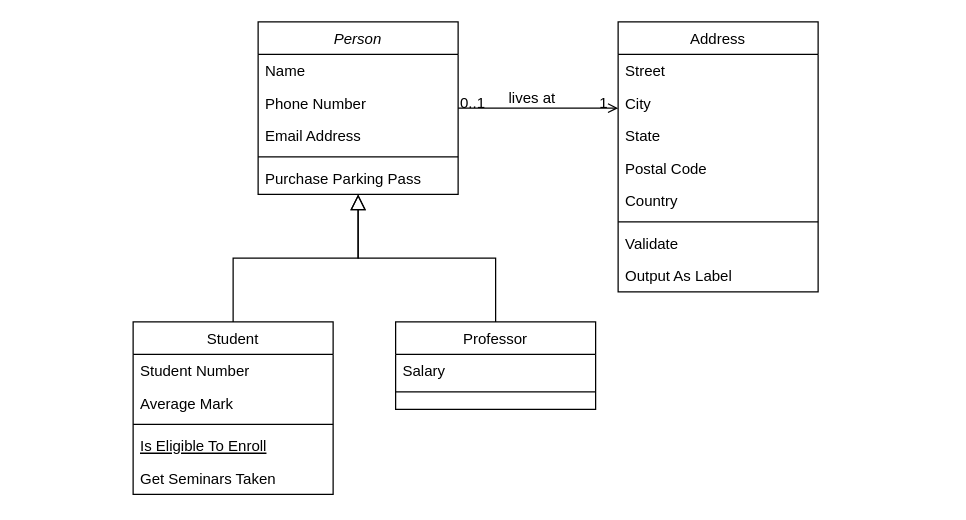
v05cifuentes/ProyectoJava keeps this draw.io diagram as Untitled Diagram.drawio. Above is the earlier version. Source tidied: cells renumbered, new cells numbered last; positions are measured from the earlier drawing's top-left corner, leaving out a move shared by most shapes. Both pictures are drawn from the tidied source at 125%, with x=0, y=0 at pixel (132, 21).
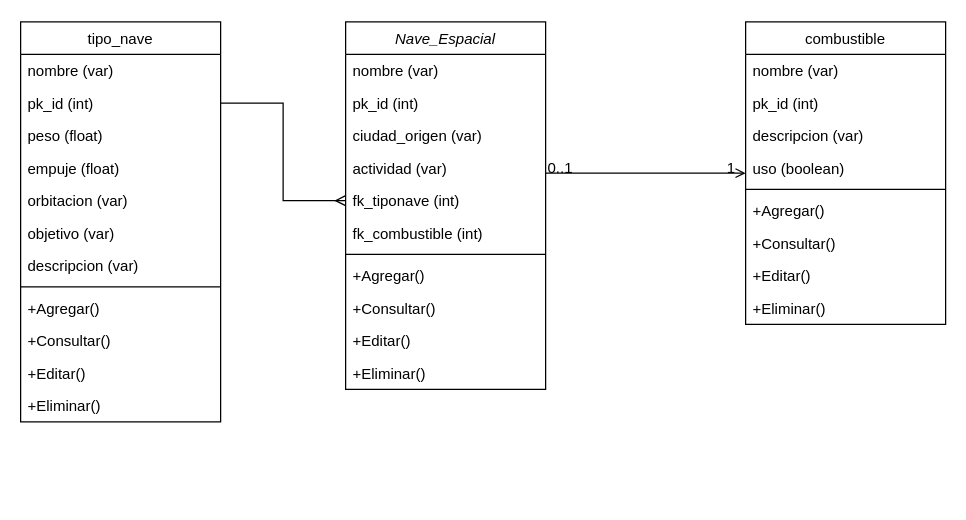
The same page after the edit.

The change refers to these unchanged cells:
```xml
<mxCell id="28" style="endArrow=open;shadow=0;strokeWidth=1;rounded=0;endFill=1;edgeStyle=elbowEdgeStyle;elbow=vertical;" parent="1" edge="1" source="2" target="19">
  <mxGeometry x="0.5" y="41" relative="1" as="geometry">
    <mxPoint x="-40" y="32" as="offset" />
  </mxGeometry>
</mxCell>
```

What changed in the source:
```diff
@@
-    <mxCell id="2" value="Person" style="swimlane;fontStyle=2;align=center;verticalAlign=top;horizontal=1;startSize=26;rounded=0;shadow=0;strokeWidth=1;" parent="1" vertex="1">
-      <mxGeometry x="100" width="160" height="138" as="geometry" />
+    <mxCell id="2" value="Nave_Espacial" style="swimlane;fontStyle=2;align=center;verticalAlign=top;horizontal=1;startSize=26;rounded=0;shadow=0;strokeWidth=1;" parent="1" vertex="1">
+      <mxGeometry x="170" width="160" height="294" as="geometry" />
     </mxCell>
-    <mxCell id="3" value="Name" style="text;align=left;verticalAlign=top;spacingLeft=4;spacingRight=4;overflow=hidden;" parent="2" vertex="1">
+    <mxCell id="3" value="nombre (var)" style="text;align=left;verticalAlign=top;spacingLeft=4;spacingRight=4;overflow=hidden;" parent="2" vertex="1">
       <mxGeometry y="26" width="160" height="26" as="geometry" />
     </mxCell>
-    <mxCell id="4" value="Phone Number" style="text;align=left;verticalAlign=top;spacingLeft=4;spacingRight=4;overflow=hidden;rounded=0;shadow=0;html=0;" parent="2" vertex="1">
+    <mxCell id="4" value="pk_id (int)" style="text;align=left;verticalAlign=top;spacingLeft=4;spacingRight=4;overflow=hidden;rounded=0;shadow=0;html=0;" parent="2" vertex="1">
       <mxGeometry y="52" width="160" height="26" as="geometry" />
     </mxCell>
-    <mxCell id="5" value="Email Address" style="text;align=left;verticalAlign=top;spacingLeft=4;spacingRight=4;overflow=hidden;rounded=0;shadow=0;html=0;" parent="2" vertex="1">
+    <mxCell id="5" value="ciudad_origen (var)" style="text;align=left;verticalAlign=top;spacingLeft=4;spacingRight=4;overflow=hidden;rounded=0;shadow=0;html=0;" parent="2" vertex="1">
       <mxGeometry y="78" width="160" height="26" as="geometry" />
     </mxCell>
+    <mxCell id="32" value="actividad (var)" style="text;align=left;verticalAlign=top;spacingLeft=4;spacingRight=4;overflow=hidden;rounded=0;shadow=0;html=0;" parent="2" vertex="1">
+      <mxGeometry y="104" width="160" height="26" as="geometry" />
+    </mxCell>
+    <mxCell id="33" value="fk_tiponave (int)" style="text;align=left;verticalAlign=top;spacingLeft=4;spacingRight=4;overflow=hidden;points=[[0,0.5],[1,0.5]];portConstraint=eastwest;rounded=0;shadow=0;html=0;" parent="2" vertex="1">
+      <mxGeometry y="130" width="160" height="26" as="geometry" />
+    </mxCell>
+    <mxCell id="34" value="fk_combustible (int)" style="text;align=left;verticalAlign=top;spacingLeft=4;spacingRight=4;overflow=hidden;rounded=0;shadow=0;html=0;" parent="2" vertex="1">
+      <mxGeometry y="156" width="160" height="26" as="geometry" />
+    </mxCell>
     <mxCell id="6" style="line;html=1;strokeWidth=1;align=left;verticalAlign=middle;spacingTop=-1;spacingLeft=3;spacingRight=3;labelPosition=right;" parent="2" vertex="1">
-      <mxGeometry y="104" width="160" height="8" as="geometry" />
+      <mxGeometry y="182" width="160" height="8" as="geometry" />
     </mxCell>
-    <mxCell id="7" value="Purchase Parking Pass" style="text;align=left;verticalAlign=top;spacingLeft=4;spacingRight=4;overflow=hidden;" parent="2" vertex="1">
-      <mxGeometry y="112" width="160" height="26" as="geometry" />
+    <mxCell id="7" value="+Agregar()&#10;" style="text;align=left;verticalAlign=top;spacingLeft=4;spacingRight=4;overflow=hidden;" parent="2" vertex="1">
+      <mxGeometry y="190" width="160" height="26" as="geometry" />
     </mxCell>
+    <mxCell id="35" value="+Consultar()" style="text;align=left;verticalAlign=top;spacingLeft=4;spacingRight=4;overflow=hidden;" parent="2" vertex="1">
+      <mxGeometry y="216" width="160" height="26" as="geometry" />
+    </mxCell>
+    <mxCell id="36" value="+Editar()" style="text;align=left;verticalAlign=top;spacingLeft=4;spacingRight=4;overflow=hidden;" parent="2" vertex="1">
+      <mxGeometry y="242" width="160" height="26" as="geometry" />
+    </mxCell>
+    <mxCell id="37" value="+Eliminar()" style="text;align=left;verticalAlign=top;spacingLeft=4;spacingRight=4;overflow=hidden;" parent="2" vertex="1">
+      <mxGeometry y="268" width="160" height="26" as="geometry" />
+    </mxCell>
-    <mxCell id="8" value="Student" style="swimlane;fontStyle=0;align=center;verticalAlign=top;horizontal=1;startSize=26;rounded=0;shadow=0;strokeWidth=1;" parent="1" vertex="1">
-      <mxGeometry y="240" width="160" height="138" as="geometry" />
+    <mxCell id="8" value="tipo_nave" style="swimlane;fontStyle=0;align=center;verticalAlign=top;horizontal=1;startSize=26;rounded=0;shadow=0;strokeWidth=1;" parent="1" vertex="1">
+      <mxGeometry x="-90" width="160" height="320" as="geometry" />
     </mxCell>
-    <mxCell id="9" value="Student Number" style="text;align=left;verticalAlign=top;spacingLeft=4;spacingRight=4;overflow=hidden;" parent="8" vertex="1">
+    <mxCell id="9" value="nombre (var)" style="text;align=left;verticalAlign=top;spacingLeft=4;spacingRight=4;overflow=hidden;" parent="8" vertex="1">
       <mxGeometry y="26" width="160" height="26" as="geometry" />
     </mxCell>
-    <mxCell id="10" value="Average Mark" style="text;align=left;verticalAlign=top;spacingLeft=4;spacingRight=4;overflow=hidden;points=[[0,0.5],[1,0.5]];portConstraint=eastwest;rounded=0;shadow=0;html=0;" parent="8" vertex="1">
+    <mxCell id="10" value="pk_id (int)" style="text;align=left;verticalAlign=top;spacingLeft=4;spacingRight=4;overflow=hidden;points=[[0,0.5],[1,0.5]];portConstraint=eastwest;rounded=0;shadow=0;html=0;" parent="8" vertex="1">
       <mxGeometry y="52" width="160" height="26" as="geometry" />
     </mxCell>
+    <mxCell id="38" value="peso (float)" style="text;align=left;verticalAlign=top;spacingLeft=4;spacingRight=4;overflow=hidden;rounded=0;shadow=0;html=0;" parent="8" vertex="1">
+      <mxGeometry y="78" width="160" height="26" as="geometry" />
+    </mxCell>
+    <mxCell id="39" value="empuje (float)" style="text;align=left;verticalAlign=top;spacingLeft=4;spacingRight=4;overflow=hidden;rounded=0;shadow=0;html=0;" parent="8" vertex="1">
+      <mxGeometry y="104" width="160" height="26" as="geometry" />
+    </mxCell>
+    <mxCell id="40" value="orbitacion (var)" style="text;align=left;verticalAlign=top;spacingLeft=4;spacingRight=4;overflow=hidden;rounded=0;shadow=0;html=0;" parent="8" vertex="1">
+      <mxGeometry y="130" width="160" height="26" as="geometry" />
+    </mxCell>
+    <mxCell id="41" value="objetivo (var)" style="text;align=left;verticalAlign=top;spacingLeft=4;spacingRight=4;overflow=hidden;rounded=0;shadow=0;html=0;" parent="8" vertex="1">
+      <mxGeometry y="156" width="160" height="26" as="geometry" />
+    </mxCell>
+    <mxCell id="42" value="descripcion (var)" style="text;align=left;verticalAlign=top;spacingLeft=4;spacingRight=4;overflow=hidden;rounded=0;shadow=0;html=0;" parent="8" vertex="1">
+      <mxGeometry y="182" width="160" height="26" as="geometry" />
+    </mxCell>
     <mxCell id="11" style="line;html=1;strokeWidth=1;align=left;verticalAlign=middle;spacingTop=-1;spacingLeft=3;spacingRight=3;labelPosition=right;" parent="8" vertex="1">
-      <mxGeometry y="78" width="160" height="8" as="geometry" />
+      <mxGeometry y="208" width="160" height="8" as="geometry" />
     </mxCell>
-    <mxCell id="12" value="Is Eligible To Enroll" style="text;align=left;verticalAlign=top;spacingLeft=4;spacingRight=4;overflow=hidden;fontStyle=4;" parent="8" vertex="1">
-      <mxGeometry y="86" width="160" height="26" as="geometry" />
-    </mxCell>
-    <mxCell id="13" value="Get Seminars Taken" style="text;align=left;verticalAlign=top;spacingLeft=4;spacingRight=4;overflow=hidden;" parent="8" vertex="1">
-      <mxGeometry y="112" width="160" height="26" as="geometry" />
-    </mxCell>
-    <mxCell id="14" style="endArrow=block;endSize=10;endFill=0;shadow=0;strokeWidth=1;rounded=0;edgeStyle=elbowEdgeStyle;elbow=vertical;" parent="1" edge="1" source="8" target="2">
-      <mxGeometry relative="1" as="geometry" />
-    </mxCell>
-    <mxCell id="15" value="Professor" style="swimlane;fontStyle=0;align=center;verticalAlign=top;horizontal=1;startSize=26;rounded=0;shadow=0;strokeWidth=1;" parent="1" vertex="1">
-      <mxGeometry x="210" y="240" width="160" height="70" as="geometry" />
-    </mxCell>
-    <mxCell id="16" value="Salary" style="text;align=left;verticalAlign=top;spacingLeft=4;spacingRight=4;overflow=hidden;" parent="15" vertex="1">
-      <mxGeometry y="26" width="160" height="26" as="geometry" />
-    </mxCell>
-    <mxCell id="17" style="line;html=1;strokeWidth=1;align=left;verticalAlign=middle;spacingTop=-1;spacingLeft=3;spacingRight=3;labelPosition=right;" parent="15" vertex="1">
-      <mxGeometry y="52" width="160" height="8" as="geometry" />
-    </mxCell>
-    <mxCell id="18" style="endArrow=block;endSize=10;endFill=0;shadow=0;strokeWidth=1;rounded=0;edgeStyle=elbowEdgeStyle;elbow=vertical;" parent="1" edge="1" source="15" target="2">
-      <mxGeometry relative="1" as="geometry" />
-    </mxCell>
+    <mxCell id="43" value="+Agregar()&#10;" style="text;align=left;verticalAlign=top;spacingLeft=4;spacingRight=4;overflow=hidden;" parent="8" vertex="1">
+      <mxGeometry y="216" width="160" height="26" as="geometry" />
+    </mxCell>
+    <mxCell id="44" value="+Consultar()" style="text;align=left;verticalAlign=top;spacingLeft=4;spacingRight=4;overflow=hidden;" parent="8" vertex="1">
+      <mxGeometry y="242" width="160" height="26" as="geometry" />
+    </mxCell>
+    <mxCell id="45" value="+Editar()" style="text;align=left;verticalAlign=top;spacingLeft=4;spacingRight=4;overflow=hidden;" parent="8" vertex="1">
+      <mxGeometry y="268" width="160" height="26" as="geometry" />
+    </mxCell>
+    <mxCell id="46" value="+Eliminar()" style="text;align=left;verticalAlign=top;spacingLeft=4;spacingRight=4;overflow=hidden;" parent="8" vertex="1">
+      <mxGeometry y="294" width="160" height="26" as="geometry" />
+    </mxCell>
-    <mxCell id="19" value="Address" style="swimlane;fontStyle=0;align=center;verticalAlign=top;horizontal=1;startSize=26;rounded=0;shadow=0;strokeWidth=1;" parent="1" vertex="1">
-      <mxGeometry x="388" width="160" height="216" as="geometry" />
+    <mxCell id="19" value="combustible" style="swimlane;fontStyle=0;align=center;verticalAlign=top;horizontal=1;startSize=26;rounded=0;shadow=0;strokeWidth=1;" parent="1" vertex="1">
+      <mxGeometry x="490" width="160" height="242" as="geometry" />
     </mxCell>
-    <mxCell id="20" value="Street" style="text;align=left;verticalAlign=top;spacingLeft=4;spacingRight=4;overflow=hidden;" parent="19" vertex="1">
+    <mxCell id="20" value="nombre (var)" style="text;align=left;verticalAlign=top;spacingLeft=4;spacingRight=4;overflow=hidden;" parent="19" vertex="1">
       <mxGeometry y="26" width="160" height="26" as="geometry" />
     </mxCell>
-    <mxCell id="21" value="City" style="text;align=left;verticalAlign=top;spacingLeft=4;spacingRight=4;overflow=hidden;rounded=0;shadow=0;html=0;" parent="19" vertex="1">
+    <mxCell id="21" value="pk_id (int)" style="text;align=left;verticalAlign=top;spacingLeft=4;spacingRight=4;overflow=hidden;rounded=0;shadow=0;html=0;" parent="19" vertex="1">
       <mxGeometry y="52" width="160" height="26" as="geometry" />
     </mxCell>
-    <mxCell id="22" value="State" style="text;align=left;verticalAlign=top;spacingLeft=4;spacingRight=4;overflow=hidden;rounded=0;shadow=0;html=0;" parent="19" vertex="1">
+    <mxCell id="22" value="descripcion (var)" style="text;align=left;verticalAlign=top;spacingLeft=4;spacingRight=4;overflow=hidden;rounded=0;shadow=0;html=0;" parent="19" vertex="1">
       <mxGeometry y="78" width="160" height="26" as="geometry" />
     </mxCell>
-    <mxCell id="23" value="Postal Code" style="text;align=left;verticalAlign=top;spacingLeft=4;spacingRight=4;overflow=hidden;rounded=0;shadow=0;html=0;" parent="19" vertex="1">
+    <mxCell id="23" value="uso (boolean)" style="text;align=left;verticalAlign=top;spacingLeft=4;spacingRight=4;overflow=hidden;rounded=0;shadow=0;html=0;" parent="19" vertex="1">
       <mxGeometry y="104" width="160" height="26" as="geometry" />
     </mxCell>
-    <mxCell id="24" value="Country" style="text;align=left;verticalAlign=top;spacingLeft=4;spacingRight=4;overflow=hidden;rounded=0;shadow=0;html=0;" parent="19" vertex="1">
-      <mxGeometry y="130" width="160" height="26" as="geometry" />
-    </mxCell>
     <mxCell id="25" style="line;html=1;strokeWidth=1;align=left;verticalAlign=middle;spacingTop=-1;spacingLeft=3;spacingRight=3;labelPosition=right;" parent="19" vertex="1">
-      <mxGeometry y="156" width="160" height="8" as="geometry" />
+      <mxGeometry y="130" width="160" height="8" as="geometry" />
     </mxCell>
-    <mxCell id="26" value="Validate" style="text;align=left;verticalAlign=top;spacingLeft=4;spacingRight=4;overflow=hidden;" parent="19" vertex="1">
-      <mxGeometry y="164" width="160" height="26" as="geometry" />
-    </mxCell>
-    <mxCell id="27" value="Output As Label" style="text;align=left;verticalAlign=top;spacingLeft=4;spacingRight=4;overflow=hidden;" parent="19" vertex="1">
-      <mxGeometry y="190" width="160" height="26" as="geometry" />
-    </mxCell>
+    <mxCell id="47" value="+Agregar()&#10;" style="text;align=left;verticalAlign=top;spacingLeft=4;spacingRight=4;overflow=hidden;" parent="19" vertex="1">
+      <mxGeometry y="138" width="160" height="26" as="geometry" />
+    </mxCell>
+    <mxCell id="48" value="+Consultar()" style="text;align=left;verticalAlign=top;spacingLeft=4;spacingRight=4;overflow=hidden;" parent="19" vertex="1">
+      <mxGeometry y="164" width="160" height="26" as="geometry" />
+    </mxCell>
+    <mxCell id="49" value="+Editar()" style="text;align=left;verticalAlign=top;spacingLeft=4;spacingRight=4;overflow=hidden;" parent="19" vertex="1">
+      <mxGeometry y="190" width="160" height="26" as="geometry" />
+    </mxCell>
+    <mxCell id="50" value="+Eliminar()" style="text;align=left;verticalAlign=top;spacingLeft=4;spacingRight=4;overflow=hidden;" parent="19" vertex="1">
+      <mxGeometry y="216" width="160" height="26" as="geometry" />
+    </mxCell>
@@
-    <mxCell id="31" value="lives at" style="text;html=1;align=center;verticalAlign=middle;labelBackgroundColor=none;rounded=0;shadow=0;strokeWidth=1;fontSize=12;" parent="28" vertex="1">
-      <mxGeometry x="0.5" y="49" relative="1" as="geometry">
-        <mxPoint x="-38" y="40" as="offset" />
-      </mxGeometry>
-    </mxCell>
+    <mxCell id="51" style="endArrow=ERmany;html=1;rounded=0;exitX=1;exitY=0.5;exitDx=0;exitDy=0;entryX=0;entryY=0.5;entryDx=0;entryDy=0;endFill=0;" parent="1" edge="1" source="10" target="33">
+      <mxGeometry relative="1" as="geometry">
+        <Array as="points">
+          <mxPoint x="120" y="65" />
+          <mxPoint x="120" y="143" />
+        </Array>
+      </mxGeometry>
+    </mxCell>
```
